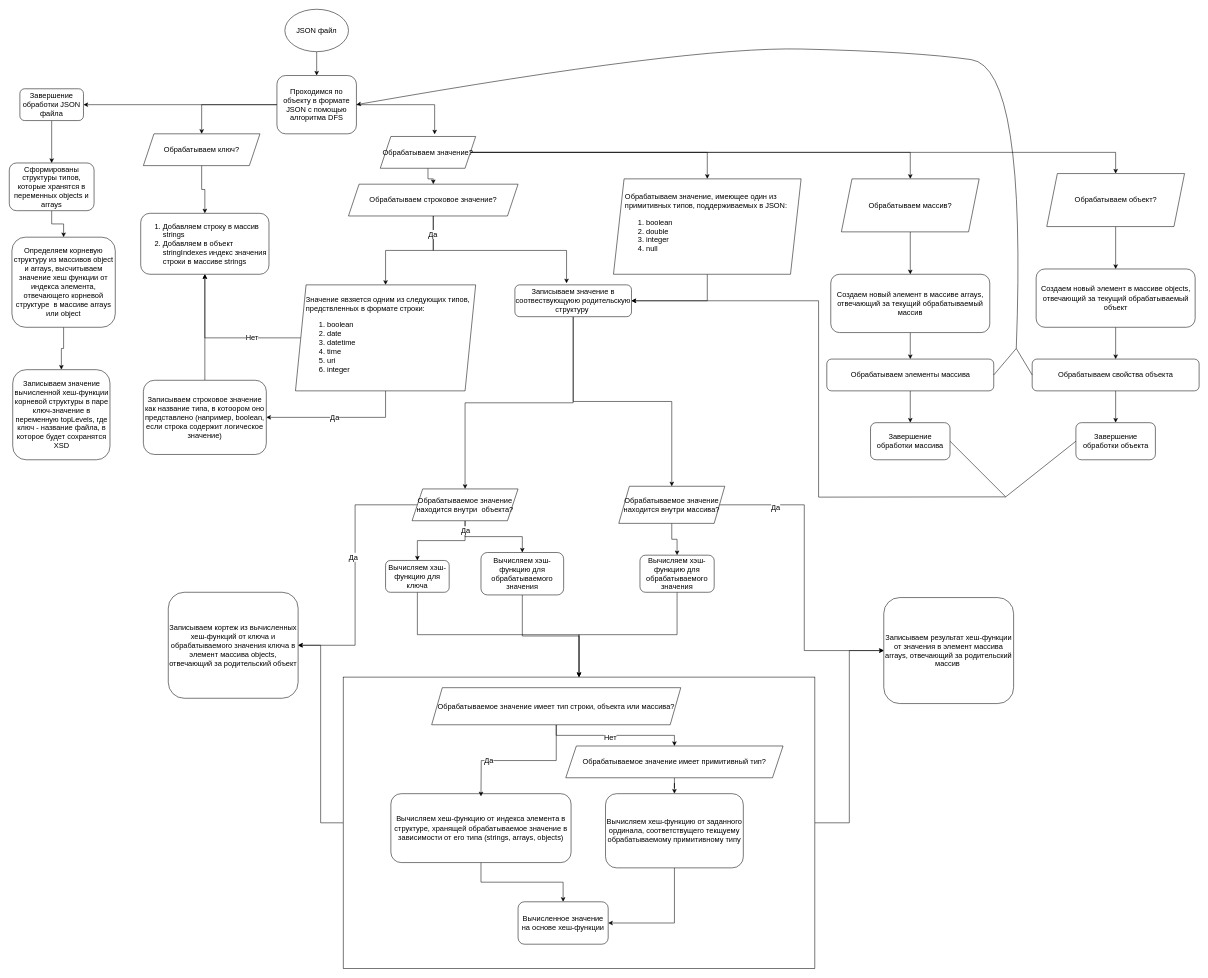
The draw.io diagram doc/Формирование входных данных для создания графа типов.drawio in mrsadman99/quicktypeJsonToJsonSchema, before the edit. Source tidied: cells renumbered, new cells numbered last; positions are measured from the earlier drawing's top-left corner, leaving out a move shared by most shapes. Both pictures are drawn from the tidied source at 53%, with x=0, y=0 at pixel (9, 9).
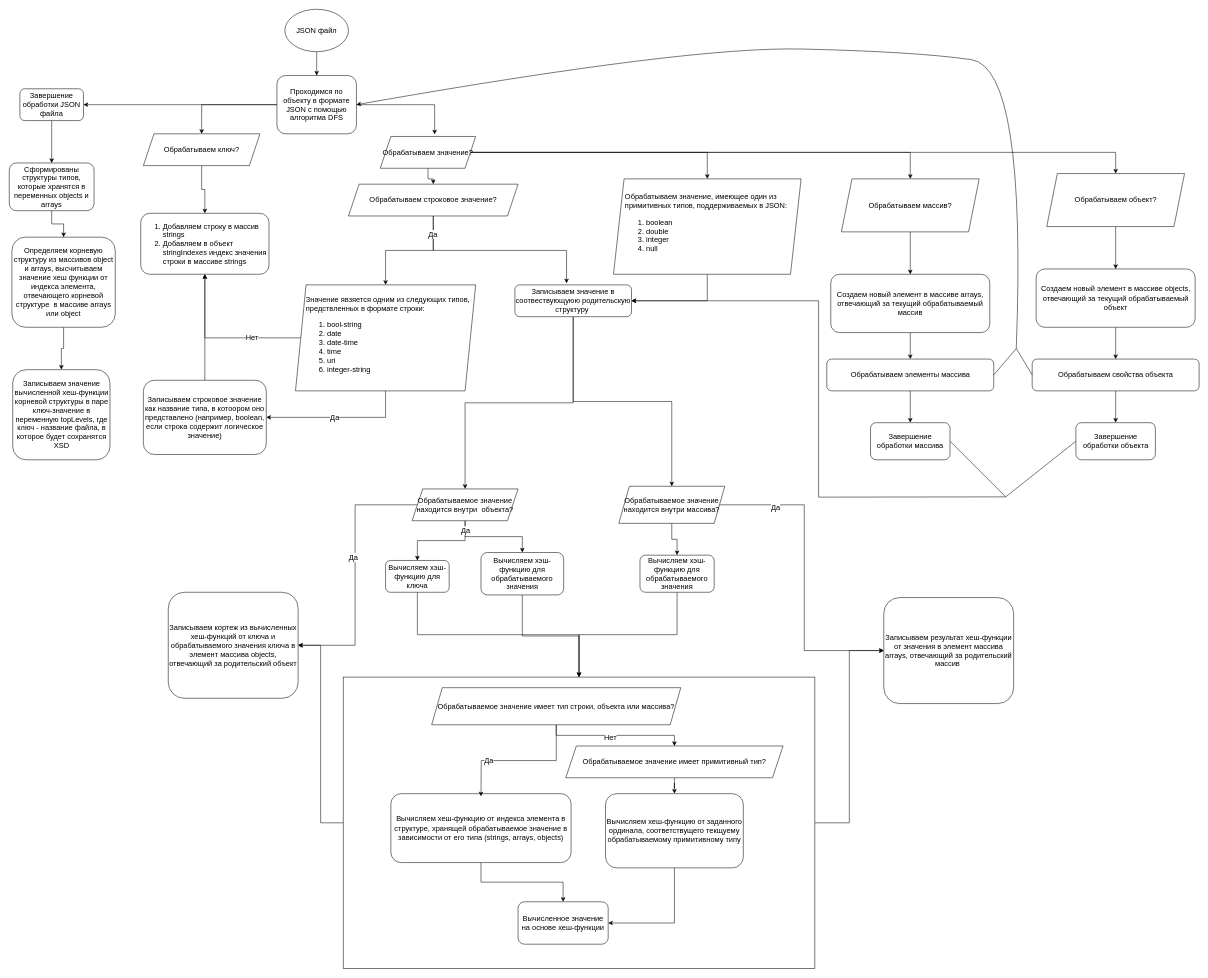
After the change.

What changed in the source:
```diff
@@
-    <mxCell id="37" value="&lt;div style=&quot;font-size: 14px;&quot;&gt;&lt;span style=&quot;background-color: initial; font-size: 14px;&quot;&gt;Значение явзяется одним из следующих типов, предствленных в формате строки:&lt;/span&gt;&lt;/div&gt;&lt;div style=&quot;font-size: 14px;&quot;&gt;&lt;ol style=&quot;font-size: 14px;&quot;&gt;&lt;li style=&quot;font-size: 14px;&quot;&gt;boolean&lt;/li&gt;&lt;li style=&quot;font-size: 14px;&quot;&gt;date&lt;/li&gt;&lt;li style=&quot;font-size: 14px;&quot;&gt;datetime&lt;/li&gt;&lt;li style=&quot;font-size: 14px;&quot;&gt;time&lt;/li&gt;&lt;li style=&quot;font-size: 14px;&quot;&gt;uri&lt;/li&gt;&lt;li style=&quot;font-size: 14px;&quot;&gt;integer&lt;br style=&quot;font-size: 14px;&quot;&gt;&lt;/li&gt;&lt;/ol&gt;&lt;/div&gt;" style="shape=parallelogram;perimeter=parallelogramPerimeter;whiteSpace=wrap;html=1;fixedSize=1;align=left;spacingLeft=18;fontSize=14;" parent="1" vertex="1">
+    <mxCell id="37" value="&lt;div style=&quot;font-size: 14px;&quot;&gt;&lt;span style=&quot;background-color: initial; font-size: 14px;&quot;&gt;Значение явзяется одним из следующих типов, предствленных в формате строки:&lt;/span&gt;&lt;/div&gt;&lt;div style=&quot;font-size: 14px;&quot;&gt;&lt;ol style=&quot;font-size: 14px;&quot;&gt;&lt;li style=&quot;font-size: 14px;&quot;&gt;bool-string&lt;/li&gt;&lt;li style=&quot;font-size: 14px;&quot;&gt;date&lt;/li&gt;&lt;li style=&quot;font-size: 14px;&quot;&gt;date-time&lt;/li&gt;&lt;li style=&quot;font-size: 14px;&quot;&gt;time&lt;/li&gt;&lt;li style=&quot;font-size: 14px;&quot;&gt;uri&lt;/li&gt;&lt;li style=&quot;font-size: 14px;&quot;&gt;integer-string&lt;br style=&quot;font-size: 14px;&quot;&gt;&lt;/li&gt;&lt;/ol&gt;&lt;/div&gt;" style="shape=parallelogram;perimeter=parallelogramPerimeter;whiteSpace=wrap;html=1;fixedSize=1;align=left;spacingLeft=18;fontSize=14;" parent="1" vertex="1">
       <mxGeometry x="540" y="520" width="340" height="200" as="geometry" />
     </mxCell>
```
